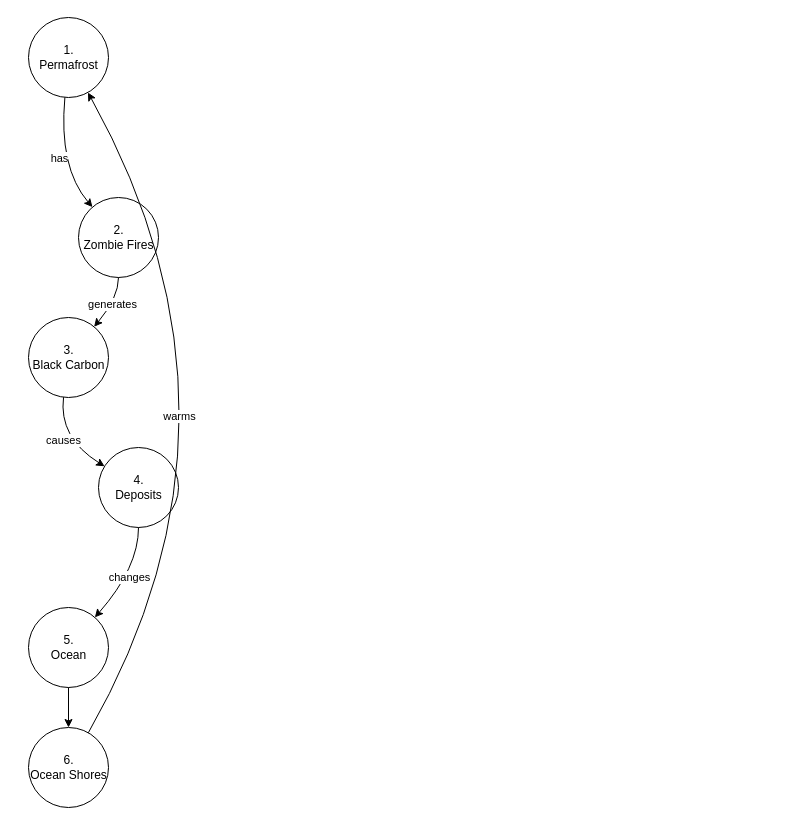
Earlier version of the draw.io diagram page "0. Top Level" (1 of 7) of System Dynamics Model.drawio (arctic-risk/models). Source tidied: cells renumbered, new cells numbered last; positions are measured from the earlier drawing's top-left corner, leaving out a move shared by most shapes. Both pictures are drawn from the tidied source at 100%, with x=0, y=0 at pixel (28, 17).
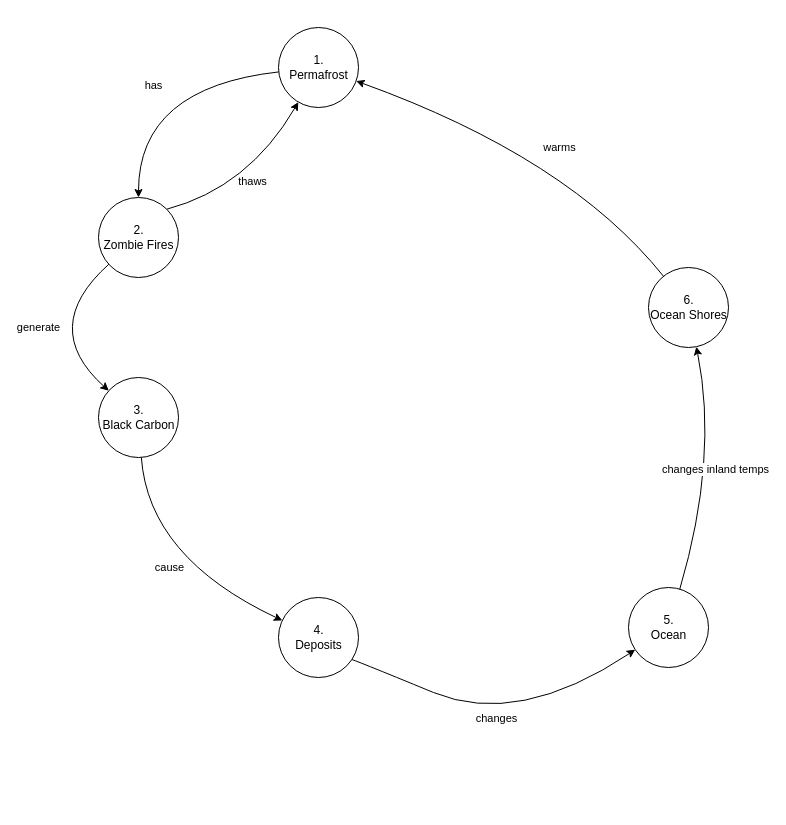
After the change.

Commit message (it also covers changes not shown here):
updated models from gitlab

Diff of the diagram source:
```diff
@@
     <mxCell id="2" value="1.&lt;br&gt;Permafrost" style="shape=ellipse;html=1;dashed=0;whitespace=wrap;perimeter=ellipsePerimeter;" parent="1" vertex="1">
-      <mxGeometry width="80" height="80" as="geometry" />
+      <mxGeometry x="250" y="10" width="80" height="80" as="geometry" />
     </mxCell>
+    <mxCell id="14" value="thaws" style="edgeStyle=none;curved=1;jettySize=auto;html=1;exitX=1;exitY=0;exitDx=0;exitDy=0;" parent="1" edge="1" source="3" target="2">
+      <mxGeometry relative="1" as="geometry">
+        <Array as="points">
+          <mxPoint x="220" y="170" />
+        </Array>
+      </mxGeometry>
+    </mxCell>
     <mxCell id="3" value="2.&lt;br&gt;Zombie Fires" style="shape=ellipse;html=1;dashed=0;whitespace=wrap;perimeter=ellipsePerimeter;" parent="1" vertex="1">
-      <mxGeometry x="50" y="180" width="80" height="80" as="geometry" />
+      <mxGeometry x="70" y="180" width="80" height="80" as="geometry" />
     </mxCell>
     <mxCell id="4" value="has" style="endArrow=classic;html=1;curved=1;" parent="1" edge="1" source="2" target="3">
       <mxGeometry relative="1" as="geometry">
         <Array as="points">
-          <mxPoint x="30" y="150" />
+          <mxPoint x="110" y="70" />
         </Array>
       </mxGeometry>
     </mxCell>
     <mxCell id="5" value="3.&lt;br&gt;Black Carbon" style="shape=ellipse;html=1;dashed=0;whitespace=wrap;perimeter=ellipsePerimeter;" parent="1" vertex="1">
-      <mxGeometry y="300" width="80" height="80" as="geometry" />
+      <mxGeometry x="70" y="360" width="80" height="80" as="geometry" />
     </mxCell>
     <mxCell id="6" value="4.&lt;br&gt;Deposits" style="shape=ellipse;html=1;dashed=0;whitespace=wrap;perimeter=ellipsePerimeter;" parent="1" vertex="1">
-      <mxGeometry x="70" y="430" width="80" height="80" as="geometry" />
+      <mxGeometry x="250" y="580" width="80" height="80" as="geometry" />
     </mxCell>
     <mxCell id="7" value="5.&lt;br&gt;Ocean" style="shape=ellipse;html=1;dashed=0;whitespace=wrap;perimeter=ellipsePerimeter;" parent="1" vertex="1">
-      <mxGeometry y="590" width="80" height="80" as="geometry" />
+      <mxGeometry x="600" y="570" width="80" height="80" as="geometry" />
     </mxCell>
-    <mxCell id="8" value="generates" style="endArrow=classic;html=1;curved=1;" parent="1" edge="1" source="3" target="5">
+    <mxCell id="8" value="generate" style="endArrow=classic;html=1;curved=1;" parent="1" edge="1" source="3" target="5">
       <mxGeometry relative="1" as="geometry">
         <Array as="points">
-          <mxPoint x="90" y="280" />
+          <mxPoint x="10" y="310" />
         </Array>
       </mxGeometry>
     </mxCell>
-    <mxCell id="9" value="causes" style="endArrow=classic;html=1;curved=1;" parent="1" edge="1" source="5" target="6">
+    <mxCell id="9" value="cause" style="endArrow=classic;html=1;curved=1;" parent="1" edge="1" source="5" target="6">
       <mxGeometry relative="1" as="geometry">
         <Array as="points">
-          <mxPoint x="30" y="420" />
+          <mxPoint x="120" y="540" />
         </Array>
       </mxGeometry>
     </mxCell>
     <mxCell id="10" value="changes" style="endArrow=classic;html=1;curved=1;" parent="1" edge="1" source="6" target="7">
       <mxGeometry relative="1" as="geometry">
         <Array as="points">
-          <mxPoint x="110" y="550" />
+          <mxPoint x="320" y="640" />
+          <mxPoint x="490" y="710" />
         </Array>
       </mxGeometry>
     </mxCell>
     <mxCell id="11" value="6.&lt;br&gt;Ocean Shores" style="shape=ellipse;html=1;dashed=0;whitespace=wrap;perimeter=ellipsePerimeter;" parent="1" vertex="1">
-      <mxGeometry y="710" width="80" height="80" as="geometry" />
+      <mxGeometry x="620" y="250" width="80" height="80" as="geometry" />
     </mxCell>
-    <mxCell id="12" style="endArrow=classic;html=1;" parent="1" edge="1" source="7" target="11">
-      <mxGeometry relative="1" as="geometry" />
+    <mxCell id="12" value="changes inland temps" style="endArrow=classic;html=1;curved=1;" parent="1" edge="1" source="7" target="11">
+      <mxGeometry relative="1" as="geometry">
+        <Array as="points">
+          <mxPoint x="690" y="440" />
+        </Array>
+      </mxGeometry>
     </mxCell>
     <mxCell id="13" value="warms" style="endArrow=classic;html=1;curved=1;" parent="1" edge="1" source="11" target="2">
-      <mxGeometry x="-0.13" y="78" relative="1" as="geometry">
+      <mxGeometry x="-0.13" y="-6" relative="1" as="geometry">
         <Array as="points">
-          <mxPoint x="240" y="400" />
+          <mxPoint x="540" y="140" />
         </Array>
       </mxGeometry>
     </mxCell>
```
